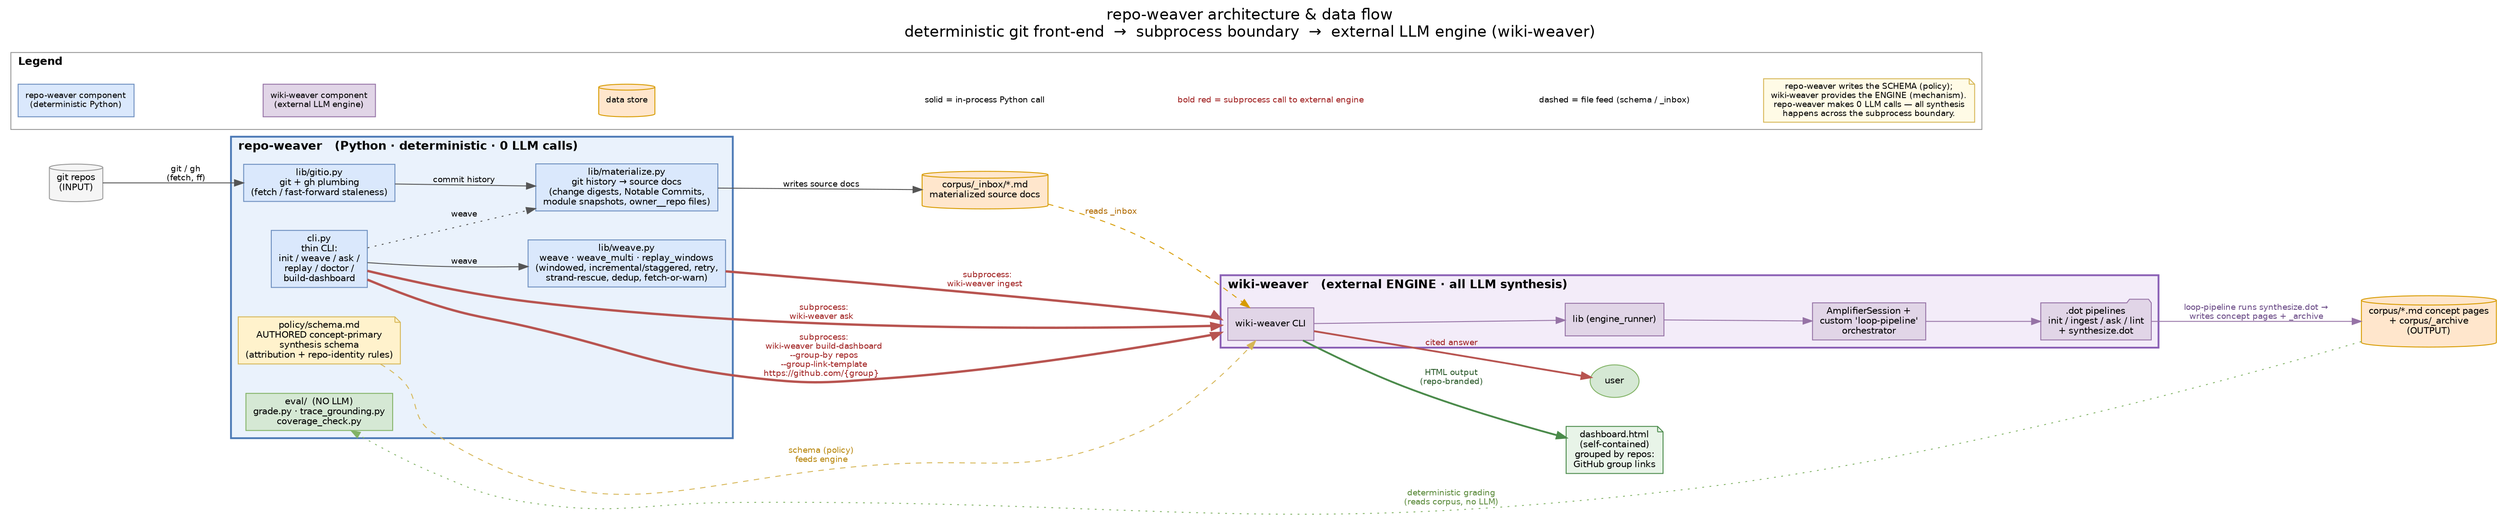
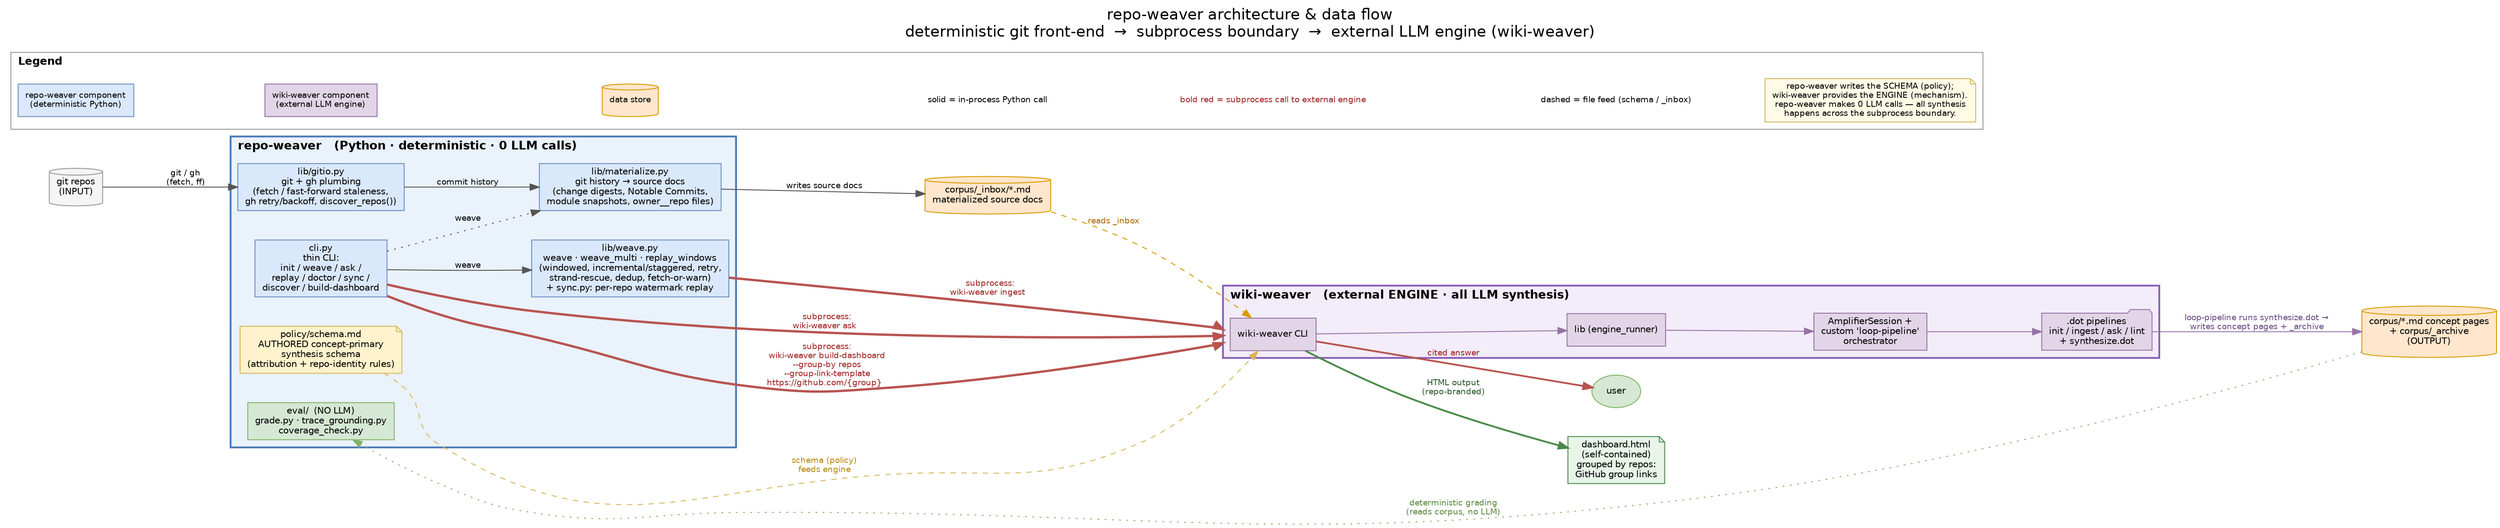
digraph repo_weaver_architecture {
  label="repo-weaver architecture & data flow\ndeterministic git front-end  →  subprocess boundary  →  external LLM engine (wiki-weaver)";
  labelloc="t";
  fontname="Helvetica";
  fontsize=17;
  rankdir=LR;
  compound=true;
  nodesep=0.45;
  ranksep=1.0;
  node [fontname="Helvetica", fontsize=10, style=filled, fillcolor="#dae8fc", color="#6c8ebf"];
  edge [fontname="Helvetica", fontsize=9, color="#555555"];

  // ---------- INPUT store ----------
  git_repos [label="git repos\n(INPUT)", shape=cylinder, fillcolor="#f5f5f5", color="#999999"];

  // ==================================================================
  // Cluster A: repo-weaver — deterministic Python, ZERO LLM calls
  // ==================================================================
  subgraph cluster_repoweaver {
    label="repo-weaver   (Python · deterministic · 0 LLM calls)";
    labeljust="l";
    style=filled; fillcolor="#eaf2fc"; color="#4a78b5"; penwidth=2;
    fontsize=13; fontname="Helvetica-Bold";

-     cli [label="cli.py\nthin CLI:\ninit / weave / ask /\nreplay / doctor /\nbuild-dashboard", shape=box];
-     weave [label="lib/weave.py\nweave · weave_multi · replay_windows\n(windowed, incremental/staggered, retry,\nstrand-rescue, dedup, fetch-or-warn)", shape=box];
+     cli [label="cli.py\nthin CLI:\ninit / weave / ask /\nreplay / doctor / sync /\ndiscover / build-dashboard", shape=box];
+     weave [label="lib/weave.py\nweave · weave_multi · replay_windows\n(windowed, incremental/staggered, retry,\nstrand-rescue, dedup, fetch-or-warn)\n+ sync.py: per-repo watermark replay", shape=box];
    materialize [label="lib/materialize.py\ngit history → source docs\n(change digests, Notable Commits,\nmodule snapshots, owner__repo files)", shape=box];
-     gitio [label="lib/gitio.py\ngit + gh plumbing\n(fetch / fast-forward staleness)", shape=box];
+     gitio [label="lib/gitio.py\ngit + gh plumbing\n(fetch / fast-forward staleness,\ngh retry/backoff, discover_repos())", shape=box];
    schema [label="policy/schema.md\nAUTHORED concept-primary\nsynthesis schema\n(attribution + repo-identity rules)", shape=note, fillcolor="#fff2cc", color="#d6b656"];
    eval [label="eval/  (NO LLM)\ngrade.py · trace_grounding.py\ncoverage_check.py", shape=box, fillcolor="#d5e8d4", color="#82b366"];
  }

  // ==================================================================
  // Cluster B: wiki-weaver — external ENGINE, ALL LLM work
  // ==================================================================
  subgraph cluster_wikiweaver {
    label="wiki-weaver   (external ENGINE · all LLM synthesis)";
    labeljust="l";
    style=filled; fillcolor="#f3ecf9"; color="#8a5fb5"; penwidth=2;
    fontsize=13; fontname="Helvetica-Bold";

    ww_cli [label="wiki-weaver CLI", shape=box, fillcolor="#e1d5e7", color="#9673a6"];
    ww_lib [label="lib (engine_runner)", shape=box, fillcolor="#e1d5e7", color="#9673a6"];
    ww_session [label="AmplifierSession +\ncustom 'loop-pipeline'\norchestrator", shape=box, fillcolor="#e1d5e7", color="#9673a6"];
    ww_dot [label=".dot pipelines\ninit / ingest / ask / lint\n+ synthesize.dot", shape=folder, fillcolor="#e1d5e7", color="#9673a6"];
  }

  // ---------- OUTPUT / intermediate stores ----------
  inbox [label="corpus/_inbox/*.md\nmaterialized source docs", shape=cylinder, fillcolor="#ffe6cc", color="#d79b00"];
  corpus [label="corpus/*.md concept pages\n+ corpus/_archive\n(OUTPUT)", shape=cylinder, fillcolor="#ffe6cc", color="#d79b00"];
  dashboard [label="dashboard.html\n(self-contained)\ngrouped by repos:\nGitHub group links", shape=note, fillcolor="#e8f4e8", color="#4a8a4a"];
  user [label="user", shape=ellipse, fillcolor="#d5e8d4", color="#82b366"];

  // ================= in-process Python edges (solid) =================
  git_repos -> gitio [label="git / gh\n(fetch, ff)"];
  gitio -> materialize [label="commit history"];
  materialize -> inbox [label="writes source docs"];
  cli -> weave [label="weave"];
  cli -> materialize [label="weave", style=dotted];
  schema -> ww_cli [label="schema (policy)\nfeeds engine", style=dashed, color="#d6b656", fontcolor="#b8860b", constraint=false];
  inbox -> ww_cli [label="reads _inbox", style=dashed, color="#d79b00", fontcolor="#b06a00"];
  corpus -> eval [label="deterministic grading\n(reads corpus, no LLM)", style=dotted, color="#82b366", fontcolor="#5a8a3a", constraint=false];

  // engine internals
  ww_cli -> ww_lib [color="#9673a6"];
  ww_lib -> ww_session [color="#9673a6"];
  ww_session -> ww_dot [color="#9673a6"];
  ww_dot -> corpus [label="loop-pipeline runs synthesize.dot →\nwrites concept pages + _archive", color="#9673a6", fontcolor="#6a4a86"];

  // ================= SUBPROCESS BOUNDARY edges (bold red) =================
  weave -> ww_cli [label="  subprocess:\n  wiki-weaver ingest  ", style=bold, penwidth=2.6, color="#b85450", fontcolor="#a02020", lhead=cluster_wikiweaver];
  cli -> ww_cli [label="  subprocess:\n  wiki-weaver ask  ", style=bold, penwidth=2.6, color="#b85450", fontcolor="#a02020", lhead=cluster_wikiweaver];
  cli -> ww_cli [label="  subprocess:\n  wiki-weaver build-dashboard\n  --group-by repos\n  --group-link-template\n  https://github.com/{group}  ", style=bold, penwidth=2.6, color="#b85450", fontcolor="#a02020", lhead=cluster_wikiweaver];
  ww_cli -> dashboard [label="HTML output\n(repo-branded)", style=bold, penwidth=2.0, color="#4a8a4a", fontcolor="#2a5a2a"];
  ww_cli -> user [label="cited answer", style=bold, penwidth=2.0, color="#b85450", fontcolor="#a02020"];

  // ============================ LEGEND ============================
  subgraph cluster_legend {
    label="Legend";
    labeljust="l";
    style=filled; fillcolor="#ffffff"; color="#999999";
    fontsize=12; fontname="Helvetica-Bold";
    node [shape=box, fontsize=9];

    lg_proc [label="repo-weaver component\n(deterministic Python)", fillcolor="#dae8fc", color="#6c8ebf"];
    lg_eng  [label="wiki-weaver component\n(external LLM engine)", fillcolor="#e1d5e7", color="#9673a6"];
    lg_store [label="data store", shape=cylinder, fillcolor="#ffe6cc", color="#d79b00"];
    lg_e1 [label="solid = in-process Python call", shape=plaintext, fillcolor="#ffffff"];
    lg_e2 [label="bold red = subprocess call to external engine", shape=plaintext, fillcolor="#ffffff", fontcolor="#a02020"];
    lg_e3 [label="dashed = file feed (schema / _inbox)", shape=plaintext, fillcolor="#ffffff"];
    lg_note [label="repo-weaver writes the SCHEMA (policy);\nwiki-weaver provides the ENGINE (mechanism).\nrepo-weaver makes 0 LLM calls — all synthesis\nhappens across the subprocess boundary.", shape=note, fillcolor="#fffbe6", color="#d6b656"];

    lg_proc -> lg_eng [style=invis];
    lg_eng -> lg_store [style=invis];
    lg_store -> lg_e1 [style=invis];
    lg_e1 -> lg_e2 [style=invis];
    lg_e2 -> lg_e3 [style=invis];
    lg_e3 -> lg_note [style=invis];
  }
}
